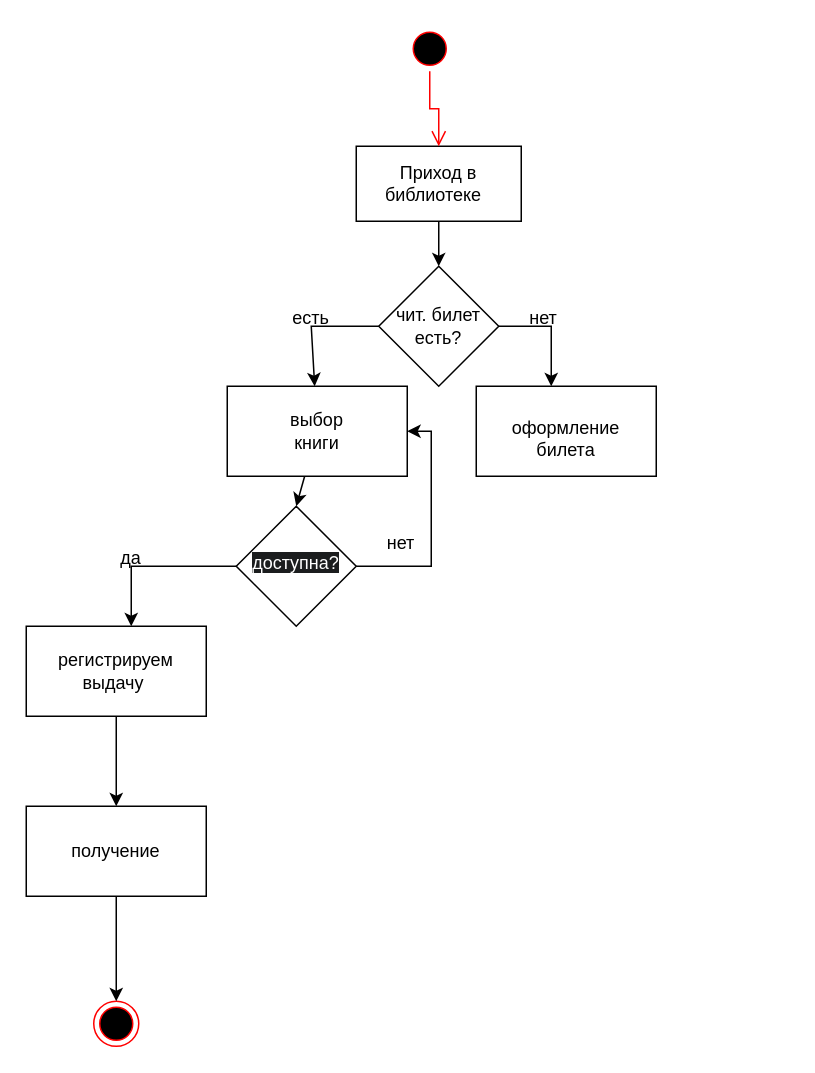
klalafubal/M12-Pract keeps this draw.io diagram as 12.drawio. Above is the earlier version. Source tidied: cells renumbered, new cells numbered last; positions are measured from the earlier drawing's top-left corner, leaving out a move shared by most shapes. Both pictures are drawn from the tidied source at 150%, with x=0, y=0 at pixel (26, 26).
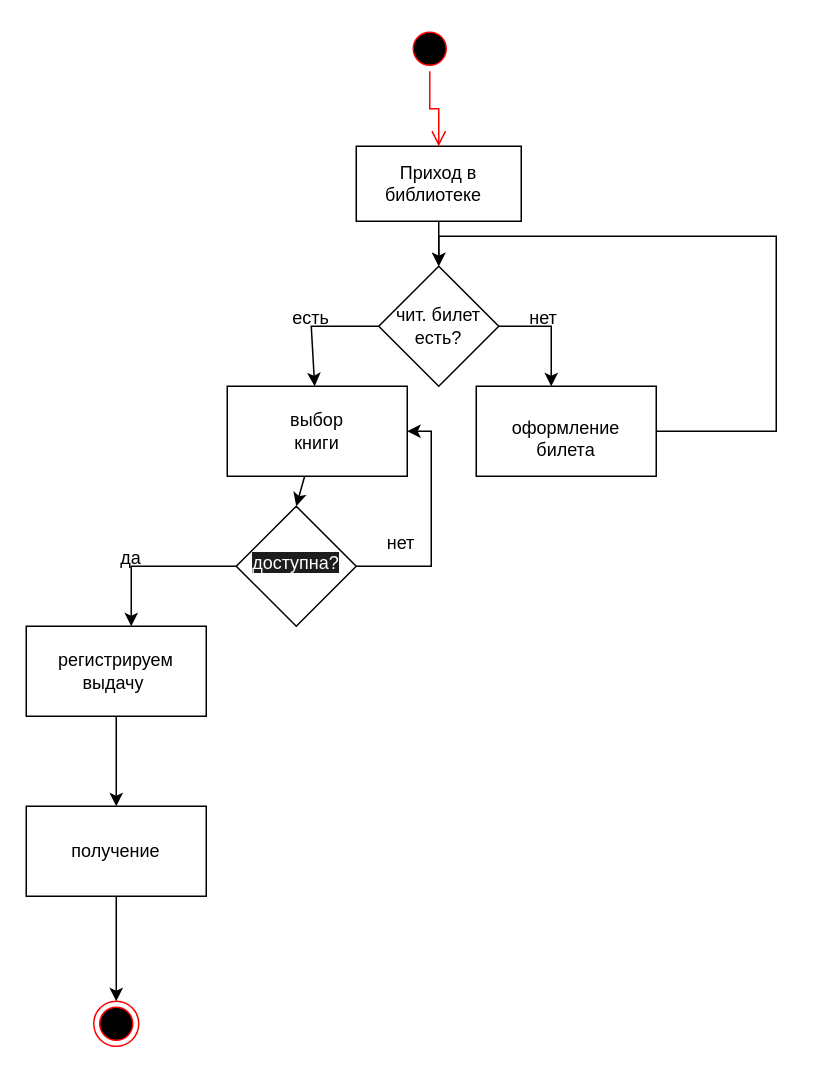
The same diagram, later.

Unchanged cells that the change refers to:
```xml
<mxCell id="5" style="rhombus;whiteSpace=wrap;html=1;" parent="1" vertex="1">
  <mxGeometry x="235" y="160" width="80" height="80" as="geometry" />
</mxCell>
<mxCell id="14" style="rounded=0;whiteSpace=wrap;html=1;" parent="1" vertex="1">
  <mxGeometry x="300" y="240" width="120" height="60" as="geometry" />
</mxCell>
```

Diff of the diagram source:
```diff
@@
+    <mxCell id="30" style="edgeStyle=orthogonalEdgeStyle;rounded=0;jettySize=auto;html=1;entryX=0.5;entryY=0;entryDx=0;entryDy=0;" parent="1" edge="1" source="14" target="5">
+      <mxGeometry relative="1" as="geometry">
+        <Array as="points">
+          <mxPoint x="500" y="270" />
+          <mxPoint x="500" y="140" />
+          <mxPoint x="275" y="140" />
+        </Array>
+      </mxGeometry>
+    </mxCell>
```
